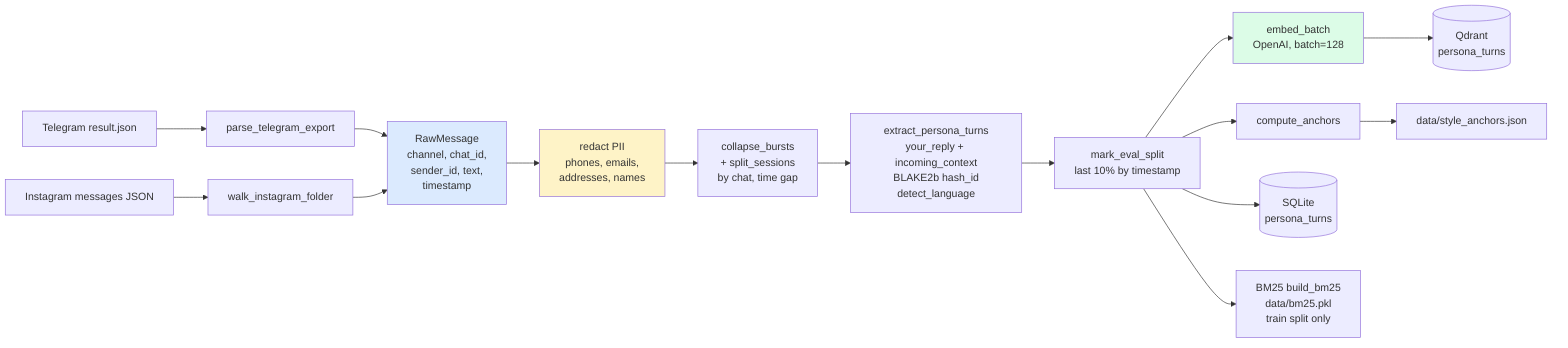
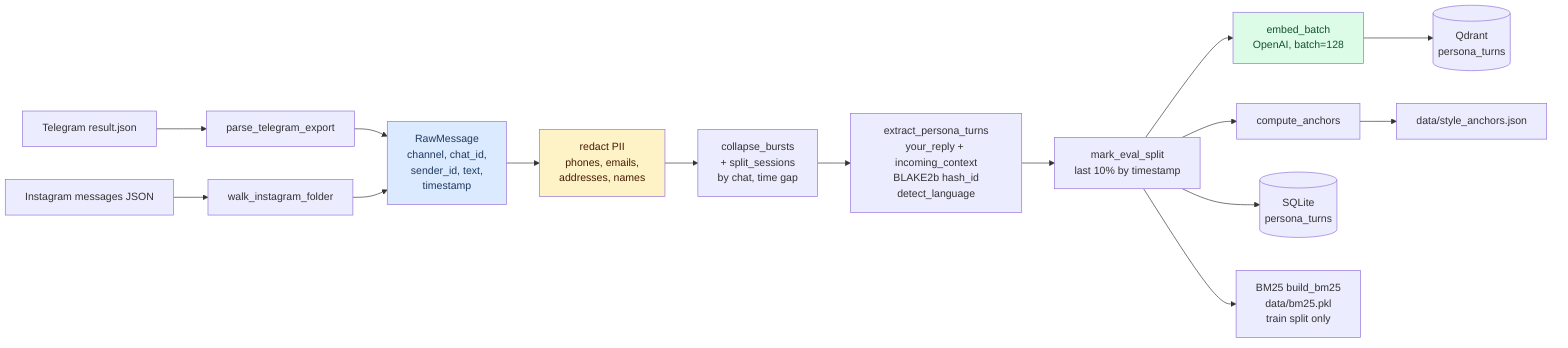
flowchart LR
-     A1[Telegram result.json] --> P1[parse_telegram_export]
-     A2[Instagram messages JSON] --> P2[walk_instagram_folder]
+     A1["Telegram result.json"] --> P1["parse_telegram_export"]
+     A2["Instagram messages JSON"] --> P2["walk_instagram_folder"]

-     P1 --> N[RawMessage<br/>channel, chat_id,<br/>sender_id, text,<br/>timestamp]
+     P1 --> N["RawMessage<br/>channel, chat_id,<br/>sender_id, text,<br/>timestamp"]
    P2 --> N

-     N --> R[redact PII<br/>phones, emails,<br/>addresses, names]
-     R --> C[collapse_bursts<br/>+ split_sessions<br/>by chat, time gap]
-     C --> T[extract_persona_turns<br/>your_reply + incoming_context<br/>BLAKE2b hash_id<br/>detect_language]
-     T --> M[mark_eval_split<br/>last 10% by timestamp]
+     N --> R["redact PII<br/>phones, emails,<br/>addresses, names"]
+     R --> C["collapse_bursts<br/>+ split_sessions<br/>by chat, time gap"]
+     C --> T["extract_persona_turns<br/>your_reply + incoming_context<br/>BLAKE2b hash_id<br/>detect_language"]
+     T --> M["mark_eval_split<br/>last 10% by timestamp"]

-     M --> E[embed_batch<br/>OpenAI, batch=128]
-     M --> ST[compute_anchors]
-     M --> DB[(SQLite<br/>persona_turns)]
-     M --> BM[BM25 build_bm25<br/>data/bm25.pkl<br/>train split only]
+     M --> E["embed_batch<br/>OpenAI, batch=128"]
+     M --> ST["compute_anchors"]
+     M --> DB[("SQLite<br/>persona_turns")]
+     M --> BM["BM25 build_bm25<br/>data/bm25.pkl<br/>train split only"]

-     E --> Q[(Qdrant<br/>persona_turns)]
-     ST --> SA[data/style_anchors.json]
+     E --> Q[("Qdrant<br/>persona_turns")]
+     ST --> SA["data/style_anchors.json"]

-     style N fill:#dbeafe
-     style R fill:#fef3c7
-     style E fill:#dcfce7
+     style N fill:#dbeafe,color:#1e3a5f
+     style R fill:#fef3c7,color:#451a03
+     style E fill:#dcfce7,color:#14532d
